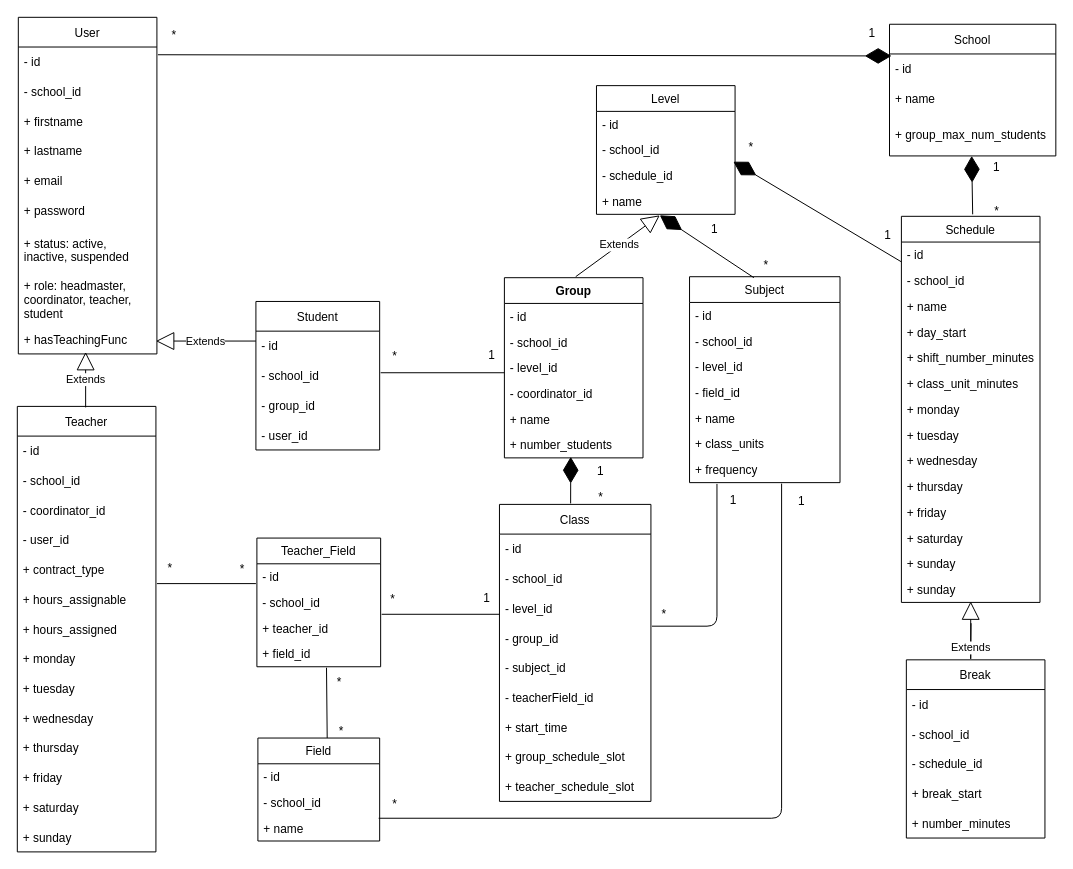
Above: support/3_design/entities/entities_UML.drawio in JeromeVargas/schedule_maker (draw.io), before the change. Source tidied: cells renumbered, new cells numbered last; positions are measured from the earlier drawing's top-left corner, leaving out a move shared by most shapes. Both pictures are drawn from the tidied source at 99%, with x=0, y=0 at pixel (17, 17).
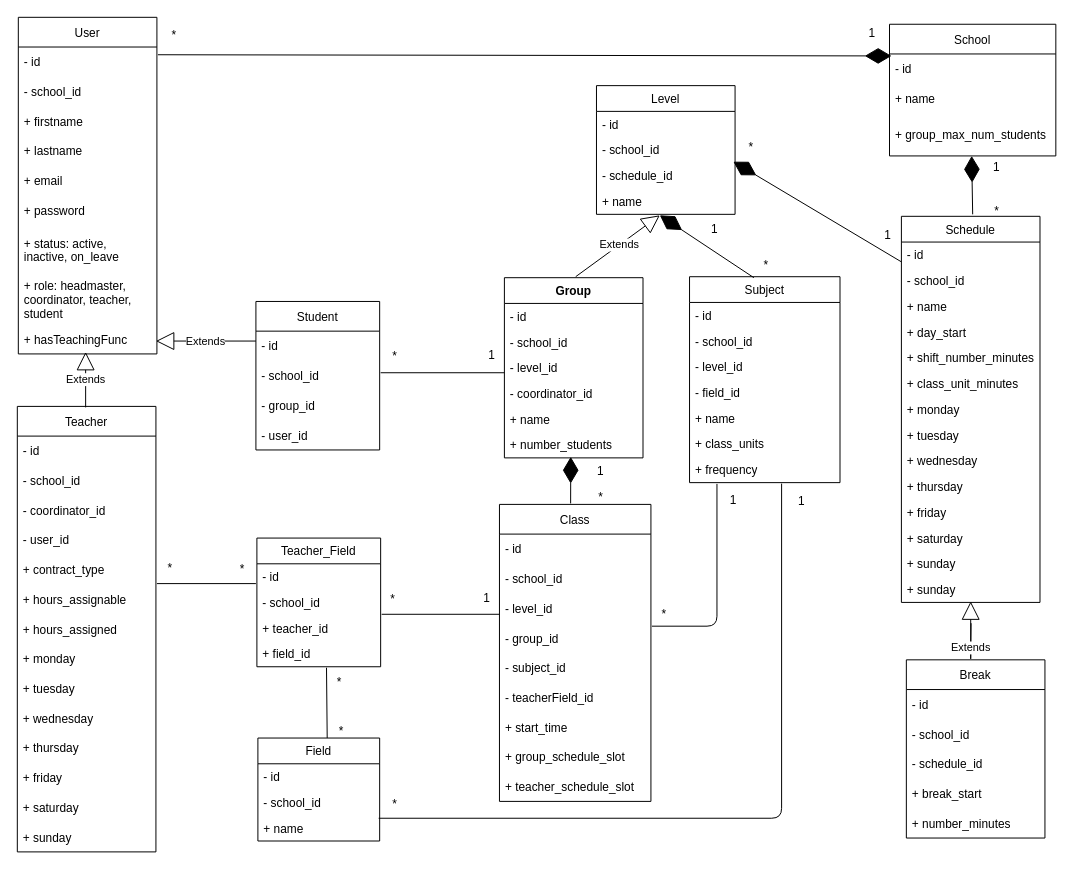
The same diagram, later.

Commit message (it also covers changes not shown here):
fix: update user to have on_leave status instead of suspended

Unchanged cells that the change refers to:
```xml
<mxCell id="3" value="User" style="swimlane;fontStyle=0;horizontal=1;startSize=30;" parent="1" vertex="1">
  <mxGeometry x="1" width="140" height="340" as="geometry" />
</mxCell>
```

What changed in the source:
```diff
@@
-    <mxCell id="10" value="+ status: active,&#10;inactive, suspended" style="text;strokeColor=none;fillColor=none;align=left;verticalAlign=middle;spacingLeft=4;spacingRight=4;overflow=hidden;" parent="3" vertex="1">
+    <mxCell id="10" value="+ status: active,&#10;inactive, on_leave" style="text;strokeColor=none;fillColor=none;align=left;verticalAlign=middle;spacingLeft=4;spacingRight=4;overflow=hidden;" parent="3" vertex="1">
       <mxGeometry y="210" width="140" height="50" as="geometry" />
     </mxCell>
```
